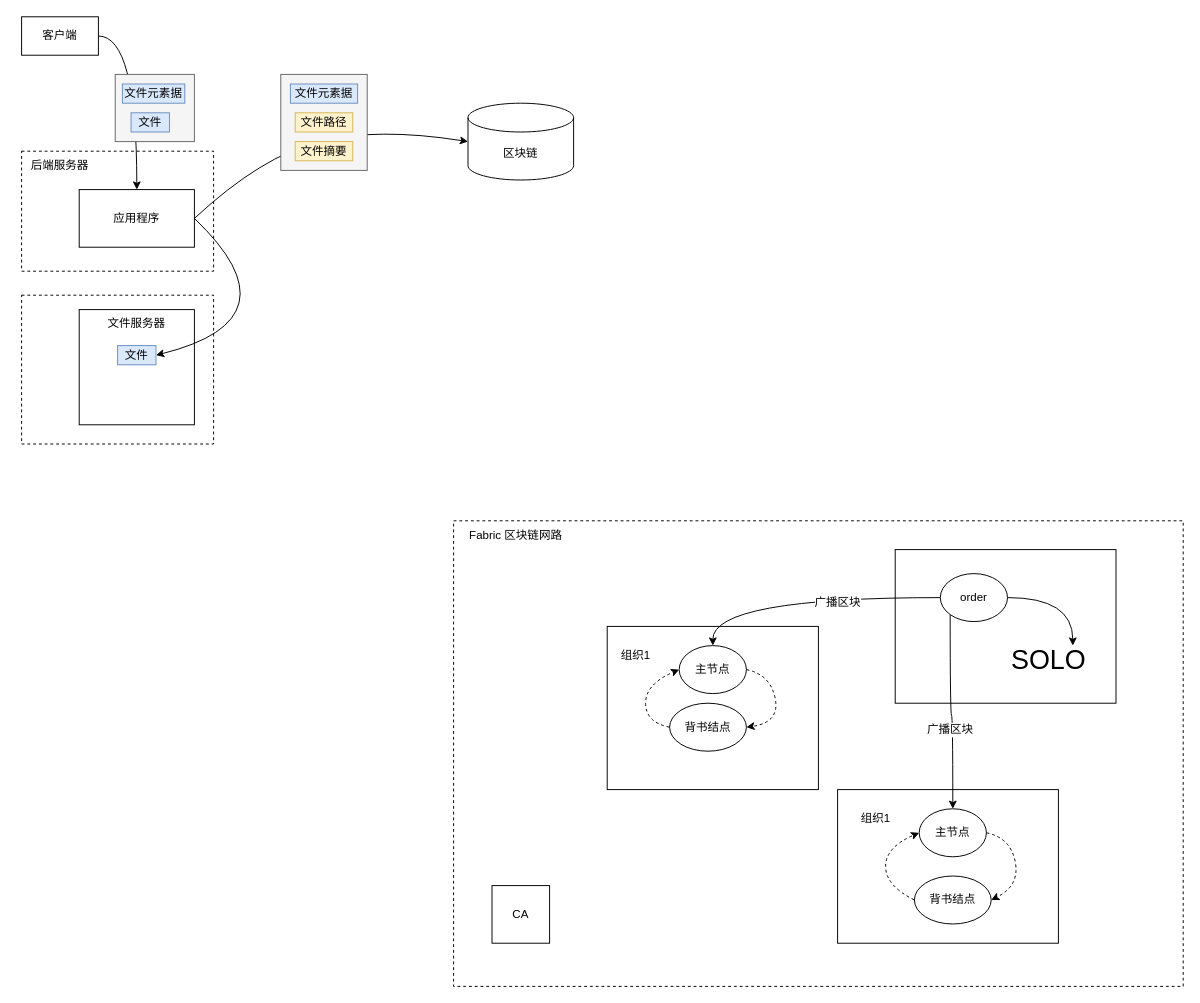
The draw.io diagram NetworkTopu.drawio in 449121927/449121927, before the edit. Source tidied: cells renumbered, new cells numbered last; positions are measured from the earlier drawing's top-left corner, leaving out a move shared by most shapes. Both pictures are drawn from the tidied source at 96%, with x=0, y=0 at pixel (16, 16).
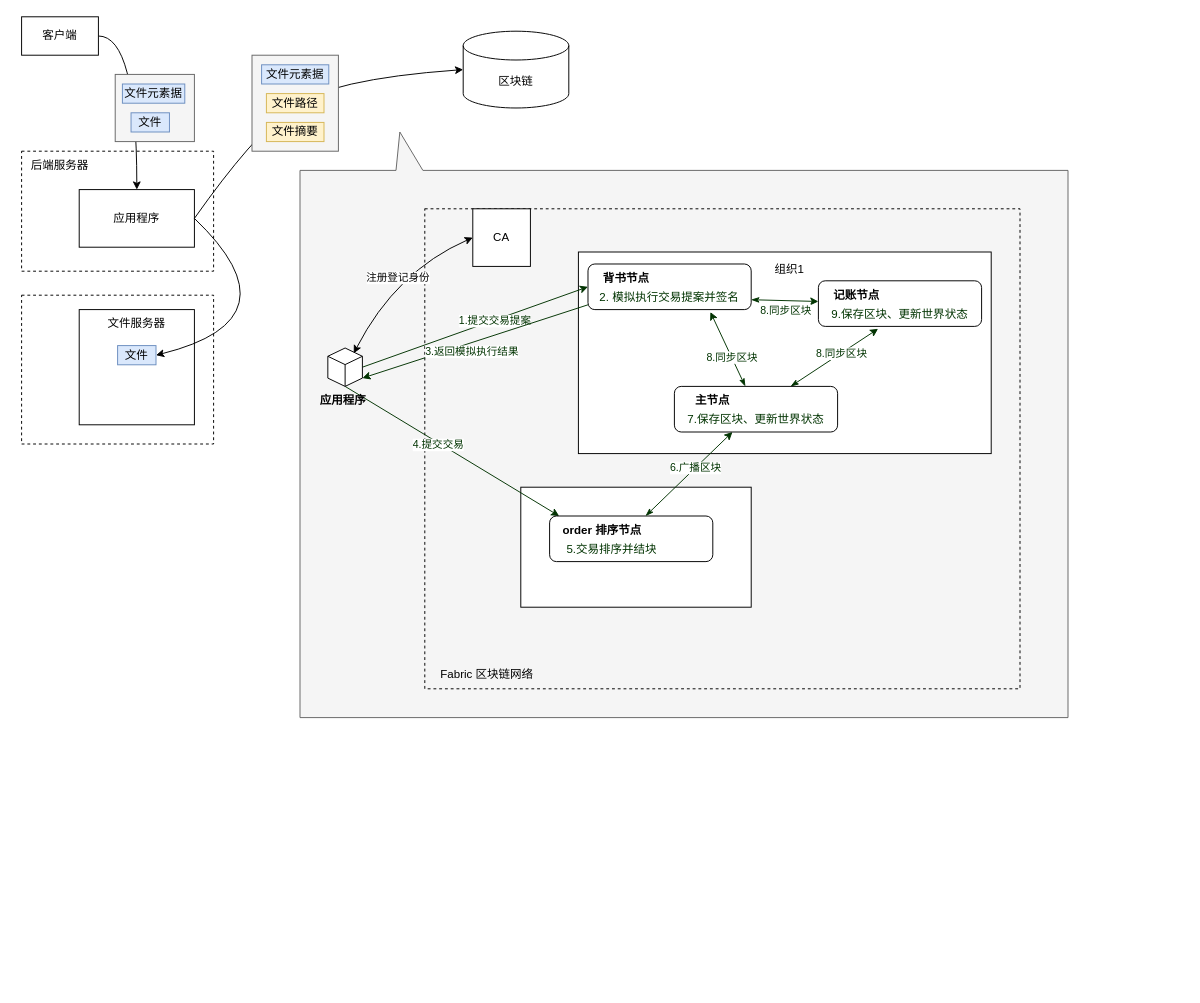
The same page after the edit.

The change refers to these unchanged cells:
```xml
<mxCell id="5" value="应用程序" style="rounded=0;whiteSpace=wrap;html=1;" parent="1" vertex="1">
  <mxGeometry x="65" y="180" width="120" height="60" as="geometry" />
</mxCell>
```

Change to the diagram source:
```diff
@@
+    <mxCell id="44" style="shape=callout;whiteSpace=wrap;html=1;perimeter=calloutPerimeter;fontColor=#333333;fillColor=#f5f5f5;rotation=-180;base=28;position2=0.87;size=40;position=0.84;strokeColor=#666666;" parent="1" vertex="1">
+      <mxGeometry x="295" y="120" width="800" height="610" as="geometry" />
+    </mxCell>
+    <mxCell id="15" style="rounded=0;whiteSpace=wrap;html=1;fillColor=none;dashed=1;" parent="1" vertex="1">
+      <mxGeometry x="425" y="200" width="620" height="500" as="geometry" />
+    </mxCell>
+    <mxCell id="45" style="rounded=0;whiteSpace=wrap;html=1;fontColor=#003300;fillColor=default;" parent="1" vertex="1">
+      <mxGeometry x="525" y="490" width="240" height="125" as="geometry" />
+    </mxCell>
@@
-    <mxCell id="15" style="rounded=0;whiteSpace=wrap;html=1;fillColor=none;dashed=1;" parent="1" vertex="1">
-      <mxGeometry x="455" y="525" width="760" height="485" as="geometry" />
-    </mxCell>
     <mxCell id="16" style="rounded=0;whiteSpace=wrap;html=1;fillColor=default;" parent="1" vertex="1">
-      <mxGeometry x="615" y="635" width="220" height="170" as="geometry" />
+      <mxGeometry x="585" y="245" width="430" height="210" as="geometry" />
     </mxCell>
     <mxCell id="17" value="CA" style="whiteSpace=wrap;html=1;" parent="1" vertex="1">
-      <mxGeometry x="495" y="905" width="60" height="60" as="geometry" />
+      <mxGeometry x="475" y="200" width="60" height="60" as="geometry" />
     </mxCell>
-    <mxCell id="18" value="主节点" style="ellipse;whiteSpace=wrap;html=1;fillColor=default;" parent="1" vertex="1">
-      <mxGeometry x="690" y="655" width="70" height="50" as="geometry" />
-    </mxCell>
-    <mxCell id="19" value="背书结点" style="ellipse;whiteSpace=wrap;html=1;fillColor=default;" parent="1" vertex="1">
-      <mxGeometry x="680" y="715" width="80" height="50" as="geometry" />
-    </mxCell>
-    <mxCell id="20" style="curved=1;endArrow=classic;html=1;rounded=0;exitX=1;exitY=0.5;exitDx=0;exitDy=0;entryX=1;entryY=0.5;entryDx=0;entryDy=0;dashed=1;" parent="1" edge="1" source="18" target="19">
-      <mxGeometry relative="1" as="geometry">
-        <Array as="points">
-          <mxPoint x="785" y="685" />
-          <mxPoint x="795" y="735" />
-        </Array>
-      </mxGeometry>
-    </mxCell>
-    <mxCell id="21" style="curved=1;endArrow=classic;html=1;rounded=0;exitX=0;exitY=0.5;exitDx=0;exitDy=0;entryX=0;entryY=0.5;entryDx=0;entryDy=0;dashed=1;" parent="1" edge="1" source="19" target="18">
-      <mxGeometry relative="1" as="geometry">
-        <Array as="points">
-          <mxPoint x="655" y="735" />
-          <mxPoint x="655" y="695" />
-        </Array>
-      </mxGeometry>
-    </mxCell>
     <mxCell id="22" value="组织1" style="text;html=1;strokeColor=none;fillColor=none;align=center;verticalAlign=middle;whiteSpace=wrap;rounded=0;dashed=1;dashPattern=1 1;" parent="1" vertex="1">
-      <mxGeometry x="615" y="650" width="60" height="30" as="geometry" />
+      <mxGeometry x="775" y="247.5" width="60" height="30" as="geometry" />
     </mxCell>
-    <mxCell id="23" style="rounded=0;whiteSpace=wrap;html=1;fillColor=default;" parent="1" vertex="1">
-      <mxGeometry x="855" y="805" width="230" height="160" as="geometry" />
-    </mxCell>
-    <mxCell id="24" value="主节点" style="ellipse;whiteSpace=wrap;html=1;fillColor=default;" parent="1" vertex="1">
-      <mxGeometry x="940" y="825" width="70" height="50" as="geometry" />
-    </mxCell>
-    <mxCell id="25" value="背书结点" style="ellipse;whiteSpace=wrap;html=1;fillColor=default;" parent="1" vertex="1">
-      <mxGeometry x="935" y="895" width="80" height="50" as="geometry" />
-    </mxCell>
-    <mxCell id="26" style="curved=1;endArrow=classic;html=1;rounded=0;exitX=1;exitY=0.5;exitDx=0;exitDy=0;entryX=1;entryY=0.5;entryDx=0;entryDy=0;dashed=1;" parent="1" edge="1" source="24" target="25">
-      <mxGeometry relative="1" as="geometry">
-        <Array as="points">
-          <mxPoint x="1035" y="855" />
-          <mxPoint x="1045" y="905" />
-        </Array>
-      </mxGeometry>
-    </mxCell>
-    <mxCell id="27" style="curved=1;endArrow=classic;html=1;rounded=0;exitX=0;exitY=0.5;exitDx=0;exitDy=0;entryX=0;entryY=0.5;entryDx=0;entryDy=0;dashed=1;" parent="1" edge="1" source="25" target="24">
-      <mxGeometry relative="1" as="geometry">
-        <Array as="points">
-          <mxPoint x="905" y="905" />
-          <mxPoint x="905" y="865" />
-        </Array>
-      </mxGeometry>
-    </mxCell>
-    <mxCell id="28" value="组织1" style="text;html=1;strokeColor=none;fillColor=none;align=center;verticalAlign=middle;whiteSpace=wrap;rounded=0;dashed=1;dashPattern=1 1;" parent="1" vertex="1">
-      <mxGeometry x="865" y="820" width="60" height="30" as="geometry" />
-    </mxCell>
-    <mxCell id="29" style="rounded=0;whiteSpace=wrap;html=1;fillColor=default;" parent="1" vertex="1">
-      <mxGeometry x="915" y="555" width="230" height="160" as="geometry" />
-    </mxCell>
-    <mxCell id="30" style="edgeStyle=orthogonalEdgeStyle;curved=1;rounded=0;jettySize=auto;html=1;exitX=1;exitY=0.5;exitDx=0;exitDy=0;entryX=0.75;entryY=0;entryDx=0;entryDy=0;fontSize=32;" parent="1" edge="1" source="35" target="36">
-      <mxGeometry relative="1" as="geometry" />
-    </mxCell>
-    <mxCell id="31" style="edgeStyle=orthogonalEdgeStyle;curved=1;rounded=0;jettySize=auto;html=1;exitX=0;exitY=0.5;exitDx=0;exitDy=0;fontSize=32;" parent="1" edge="1" source="35" target="18">
-      <mxGeometry relative="1" as="geometry" />
-    </mxCell>
-    <mxCell id="32" value="广播区块" style="edgeLabel;html=1;align=center;verticalAlign=middle;fontSize=12;" parent="31" vertex="1">
-      <mxGeometry x="-0.25" y="4" relative="1" as="geometry" />
-    </mxCell>
-    <mxCell id="33" style="edgeStyle=orthogonalEdgeStyle;curved=1;rounded=0;jettySize=auto;html=1;exitX=0;exitY=1;exitDx=0;exitDy=0;entryX=0.5;entryY=0;entryDx=0;entryDy=0;fontSize=32;" parent="1" edge="1" source="35" target="24">
-      <mxGeometry relative="1" as="geometry" />
-    </mxCell>
-    <mxCell id="34" value="广播区块" style="edgeLabel;html=1;align=center;verticalAlign=middle;fontSize=12;" parent="33" vertex="1">
-      <mxGeometry x="0.2" y="-4" relative="1" as="geometry" />
-    </mxCell>
-    <mxCell id="35" value="order" style="ellipse;whiteSpace=wrap;html=1;fillColor=default;" parent="1" vertex="1">
-      <mxGeometry x="962" y="580" width="70" height="50" as="geometry" />
-    </mxCell>
-    <mxCell id="36" value="&lt;font style=&quot;font-size: 28px&quot;&gt;SOLO&lt;/font&gt;" style="text;html=1;strokeColor=none;fillColor=none;align=center;verticalAlign=middle;whiteSpace=wrap;rounded=0;" parent="1" vertex="1">
-      <mxGeometry x="1025" y="655" width="100" height="30" as="geometry" />
-    </mxCell>
-    <mxCell id="37" value="Fabric 区块链网路" style="text;html=1;strokeColor=none;fillColor=none;align=center;verticalAlign=middle;whiteSpace=wrap;rounded=0;fontSize=12;" parent="1" vertex="1">
-      <mxGeometry x="455" y="525" width="130" height="30" as="geometry" />
+    <mxCell id="37" value="Fabric 区块链网络" style="text;html=1;strokeColor=none;fillColor=none;align=center;verticalAlign=middle;whiteSpace=wrap;rounded=0;fontSize=12;" parent="1" vertex="1">
+      <mxGeometry x="425" y="670" width="130" height="30" as="geometry" />
     </mxCell>
     <mxCell id="38" value="区块链" style="shape=cylinder3;whiteSpace=wrap;html=1;boundedLbl=1;backgroundOutline=1;size=15;fillColor=default;" parent="1" vertex="1">
-      <mxGeometry x="470" y="90" width="110" height="80" as="geometry" />
+      <mxGeometry x="465" y="15" width="110" height="80" as="geometry" />
     </mxCell>
     <mxCell id="39" style="curved=1;endArrow=classic;html=1;rounded=0;exitX=1;exitY=0.5;exitDx=0;exitDy=0;entryX=0;entryY=0.5;entryDx=0;entryDy=0;entryPerimeter=0;" parent="1" edge="1" source="5" target="38">
       <mxGeometry relative="1" as="geometry">
         <Array as="points">
-          <mxPoint x="255" y="145" />
-          <mxPoint x="375" y="115" />
+          <mxPoint x="245" y="125" />
+          <mxPoint x="325" y="65" />
         </Array>
       </mxGeometry>
     </mxCell>
     <mxCell id="40" style="rounded=0;whiteSpace=wrap;html=1;fontSize=12;fillColor=#f5f5f5;fontColor=#333333;strokeColor=#666666;" parent="1" vertex="1">
-      <mxGeometry x="275" y="60" width="90" height="100" as="geometry" />
+      <mxGeometry x="245" y="40" width="90" height="100" as="geometry" />
     </mxCell>
     <mxCell id="41" value="文件元素据" style="rounded=0;whiteSpace=wrap;html=1;fontSize=12;fillColor=#dae8fc;strokeColor=#6c8ebf;" parent="1" vertex="1">
-      <mxGeometry x="285" y="70" width="70" height="20" as="geometry" />
+      <mxGeometry x="255" y="50" width="70" height="20" as="geometry" />
     </mxCell>
     <mxCell id="42" value="文件路径" style="rounded=0;whiteSpace=wrap;html=1;fontSize=12;fillColor=#fff2cc;strokeColor=#d6b656;" parent="1" vertex="1">
-      <mxGeometry x="290" y="100" width="60" height="20" as="geometry" />
+      <mxGeometry x="260" y="80" width="60" height="20" as="geometry" />
     </mxCell>
     <mxCell id="43" value="文件摘要" style="rounded=0;whiteSpace=wrap;html=1;fontSize=12;fillColor=#fff2cc;strokeColor=#d6b656;" parent="1" vertex="1">
-      <mxGeometry x="290" y="130" width="60" height="20" as="geometry" />
+      <mxGeometry x="260" y="110" width="60" height="20" as="geometry" />
     </mxCell>
+    <mxCell id="46" style="rounded=0;jettySize=auto;html=1;exitX=1;exitY=0.5;exitDx=0;exitDy=0;exitPerimeter=0;entryX=0;entryY=0.5;entryDx=0;entryDy=0;fontColor=#FF0080;startArrow=none;startFill=0;strokeColor=#003300;" parent="1" edge="1" source="50" target="54">
+      <mxGeometry relative="1" as="geometry" />
+    </mxCell>
+    <mxCell id="47" value="&lt;font color=&quot;#003300&quot;&gt;1.提交交易提案&lt;/font&gt;" style="edgeLabel;html=1;align=center;verticalAlign=middle;fontColor=#FF0080;" parent="46" vertex="1">
+      <mxGeometry x="0.17" y="-1" relative="1" as="geometry" />
+    </mxCell>
+    <mxCell id="48" style="edgeStyle=none;rounded=0;jettySize=auto;html=1;exitX=0.5;exitY=1;exitDx=0;exitDy=0;exitPerimeter=0;fontColor=#003300;startArrow=none;startFill=0;strokeColor=#003300;entryX=0;entryY=0;entryDx=0;entryDy=0;" parent="1" edge="1" source="50" target="64">
+      <mxGeometry relative="1" as="geometry" />
+    </mxCell>
+    <mxCell id="49" value="4.提交交易" style="edgeLabel;html=1;align=center;verticalAlign=middle;fontColor=#003300;" parent="48" vertex="1">
+      <mxGeometry x="-0.12" y="-1" relative="1" as="geometry">
+        <mxPoint x="-1" as="offset" />
+      </mxGeometry>
+    </mxCell>
+    <mxCell id="50" style="html=1;whiteSpace=wrap;shape=isoCube2;backgroundOutline=1;isoAngle=15;" parent="1" vertex="1">
+      <mxGeometry x="324" y="345" width="36" height="40" as="geometry" />
+    </mxCell>
+    <mxCell id="51" style="curved=1;endArrow=classic;html=1;rounded=0;exitX=0.75;exitY=0.139;exitDx=0;exitDy=0;exitPerimeter=0;startArrow=classic;startFill=1;entryX=0;entryY=0.5;entryDx=0;entryDy=0;" parent="1" edge="1" source="50" target="17">
+      <mxGeometry relative="1" as="geometry">
+        <Array as="points">
+          <mxPoint x="395" y="265" />
+        </Array>
+      </mxGeometry>
+    </mxCell>
+    <mxCell id="52" value="注册登记身份" style="edgeLabel;html=1;align=center;verticalAlign=middle;" parent="51" vertex="1">
+      <mxGeometry x="-0.16" y="2" relative="1" as="geometry">
+        <mxPoint x="12" y="-10" as="offset" />
+      </mxGeometry>
+    </mxCell>
+    <mxCell id="53" value="应用程序" style="text;html=1;strokeColor=none;fillColor=none;align=center;verticalAlign=middle;whiteSpace=wrap;rounded=0;fontSize=12;fontStyle=1;" parent="1" vertex="1">
+      <mxGeometry x="275" y="385" width="130" height="30" as="geometry" />
+    </mxCell>
+    <mxCell id="54" style="rounded=1;whiteSpace=wrap;html=1;" parent="1" vertex="1">
+      <mxGeometry x="595" y="257.5" width="170" height="47.5" as="geometry" />
+    </mxCell>
+    <mxCell id="55" value="背书节点" style="text;html=1;strokeColor=none;fillColor=none;align=center;verticalAlign=middle;whiteSpace=wrap;rounded=0;fontStyle=1;" parent="1" vertex="1">
+      <mxGeometry x="605" y="257.5" width="60" height="30" as="geometry" />
+    </mxCell>
+    <mxCell id="56" style="edgeStyle=none;rounded=0;jettySize=auto;html=1;exitX=0;exitY=0.75;exitDx=0;exitDy=0;entryX=0;entryY=0;entryDx=36;entryDy=31.357164673115825;entryPerimeter=0;fontColor=#003300;startArrow=none;startFill=0;strokeColor=#003300;" parent="1" edge="1" source="60" target="50">
+      <mxGeometry relative="1" as="geometry" />
+    </mxCell>
+    <mxCell id="57" value="3.返回模拟执行结果" style="edgeLabel;html=1;align=center;verticalAlign=middle;fontColor=#003300;" parent="56" vertex="1">
+      <mxGeometry x="0.2" y="2" relative="1" as="geometry">
+        <mxPoint x="19" y="1" as="offset" />
+      </mxGeometry>
+    </mxCell>
+    <mxCell id="58" style="edgeStyle=none;rounded=0;jettySize=auto;html=1;fontColor=#003300;startArrow=classicThin;startFill=1;strokeColor=#003300;" parent="1" edge="1" source="60" target="73">
+      <mxGeometry relative="1" as="geometry" />
+    </mxCell>
+    <mxCell id="59" value="8.同步区块" style="edgeLabel;html=1;align=center;verticalAlign=middle;fontColor=#003300;" parent="58" vertex="1">
+      <mxGeometry x="-0.24" y="1" relative="1" as="geometry">
+        <mxPoint x="8" y="11" as="offset" />
+      </mxGeometry>
+    </mxCell>
+    <mxCell id="60" value="2. 模拟执行交易提案并签名" style="text;html=1;strokeColor=none;fillColor=none;align=center;verticalAlign=middle;whiteSpace=wrap;rounded=0;fontColor=#003300;" parent="1" vertex="1">
+      <mxGeometry x="595" y="277.5" width="170" height="30" as="geometry" />
+    </mxCell>
+    <mxCell id="61" style="rounded=1;whiteSpace=wrap;html=1;" parent="1" vertex="1">
+      <mxGeometry x="555" y="520" width="170" height="47.5" as="geometry" />
+    </mxCell>
+    <mxCell id="62" style="edgeStyle=none;rounded=0;jettySize=auto;html=1;exitX=1;exitY=0;exitDx=0;exitDy=0;fontColor=#003300;startArrow=classicThin;startFill=1;strokeColor=#003300;" parent="1" edge="1" source="64" target="70">
+      <mxGeometry relative="1" as="geometry" />
+    </mxCell>
+    <mxCell id="63" value="6.广播区块" style="edgeLabel;html=1;align=center;verticalAlign=middle;fontColor=#003300;" parent="62" vertex="1">
+      <mxGeometry x="0.14" y="1" relative="1" as="geometry" />
+    </mxCell>
+    <mxCell id="64" value="order 排序节点" style="text;html=1;strokeColor=none;fillColor=none;align=center;verticalAlign=middle;whiteSpace=wrap;rounded=0;fontStyle=1;" parent="1" vertex="1">
+      <mxGeometry x="565" y="520" width="90" height="30" as="geometry" />
+    </mxCell>
+    <mxCell id="65" value="5.交易排序并结块" style="text;html=1;strokeColor=none;fillColor=none;align=center;verticalAlign=middle;whiteSpace=wrap;rounded=0;fontColor=#003300;" parent="1" vertex="1">
+      <mxGeometry x="535" y="540" width="170" height="30" as="geometry" />
+    </mxCell>
+    <mxCell id="66" style="edgeStyle=none;rounded=0;jettySize=auto;html=1;fontColor=#003300;startArrow=classicThin;startFill=1;strokeColor=#003300;" parent="1" edge="1" source="70" target="75">
+      <mxGeometry relative="1" as="geometry" />
+    </mxCell>
+    <mxCell id="67" value="8.同步区块" style="edgeLabel;html=1;align=center;verticalAlign=middle;fontColor=#003300;" parent="66" vertex="1">
+      <mxGeometry x="0.15" relative="1" as="geometry" />
+    </mxCell>
+    <mxCell id="68" style="edgeStyle=none;rounded=0;jettySize=auto;html=1;entryX=0.75;entryY=1;entryDx=0;entryDy=0;fontColor=#003300;startArrow=classicThin;startFill=1;strokeColor=#003300;" parent="1" edge="1" source="70" target="60">
+      <mxGeometry relative="1" as="geometry" />
+    </mxCell>
+    <mxCell id="69" value="8.同步区块" style="edgeLabel;html=1;align=center;verticalAlign=middle;fontColor=#003300;" parent="68" vertex="1">
+      <mxGeometry x="-0.21" relative="1" as="geometry" />
+    </mxCell>
+    <mxCell id="70" style="rounded=1;whiteSpace=wrap;html=1;" parent="1" vertex="1">
+      <mxGeometry x="685" y="385" width="170" height="47.5" as="geometry" />
+    </mxCell>
+    <mxCell id="71" value="主节点" style="text;html=1;strokeColor=none;fillColor=none;align=center;verticalAlign=middle;whiteSpace=wrap;rounded=0;fontStyle=1;" parent="1" vertex="1">
+      <mxGeometry x="695" y="385" width="60" height="30" as="geometry" />
+    </mxCell>
+    <mxCell id="72" value="7.保存区块、更新世界状态" style="text;html=1;strokeColor=none;fillColor=none;align=center;verticalAlign=middle;whiteSpace=wrap;rounded=0;fontColor=#003300;" parent="1" vertex="1">
+      <mxGeometry x="685" y="405" width="170" height="30" as="geometry" />
+    </mxCell>
+    <mxCell id="73" style="rounded=1;whiteSpace=wrap;html=1;" parent="1" vertex="1">
+      <mxGeometry x="835" y="275" width="170" height="47.5" as="geometry" />
+    </mxCell>
+    <mxCell id="74" value="记账节点" style="text;html=1;strokeColor=none;fillColor=none;align=center;verticalAlign=middle;whiteSpace=wrap;rounded=0;fontStyle=1;" parent="1" vertex="1">
+      <mxGeometry x="845" y="275" width="60" height="30" as="geometry" />
+    </mxCell>
+    <mxCell id="75" value="9.保存区块、更新世界状态" style="text;html=1;strokeColor=none;fillColor=none;align=center;verticalAlign=middle;whiteSpace=wrap;rounded=0;fontColor=#003300;" parent="1" vertex="1">
+      <mxGeometry x="835" y="295" width="170" height="30" as="geometry" />
+    </mxCell>
```
